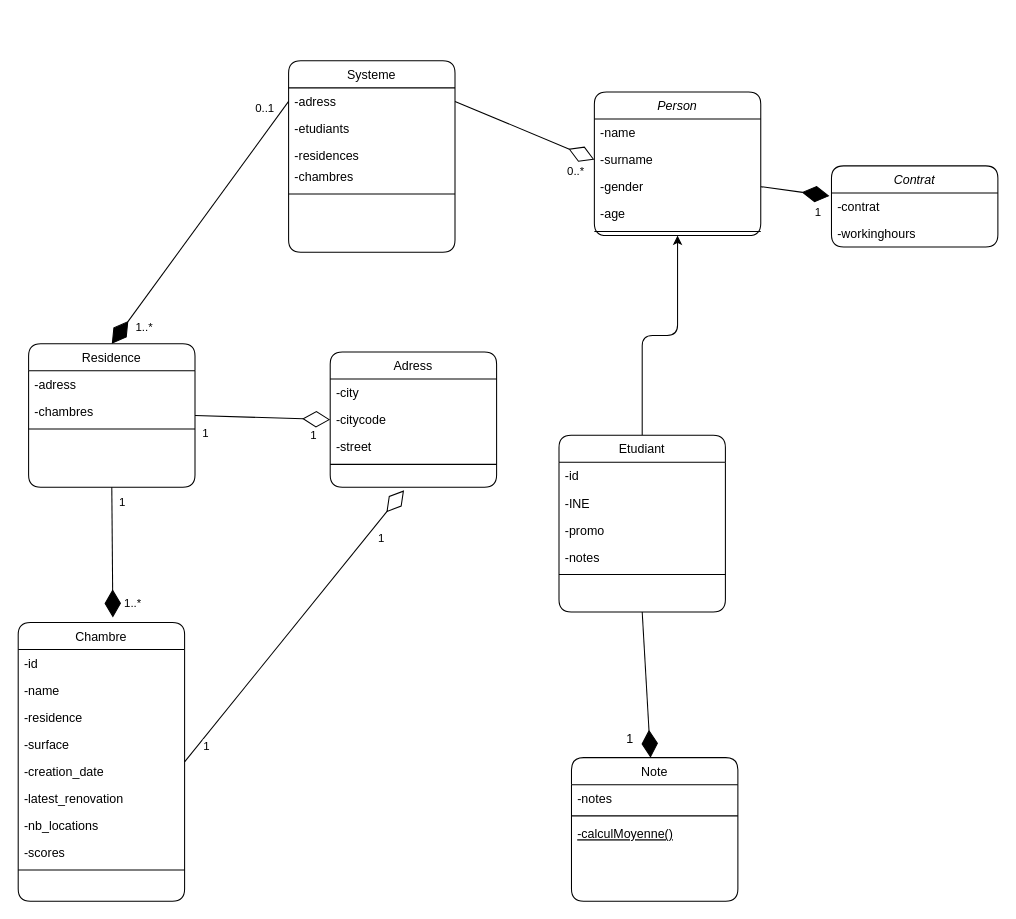
This is diagramme.drawio from bluntwise/LoterieChambres, a draw.io file, before an edit. Source tidied: cells renumbered, new cells numbered last; positions are measured from the earlier drawing's top-left corner, leaving out a move shared by most shapes. Both pictures are drawn from the tidied source at 104%, with x=0, y=0 at pixel (18, 60).
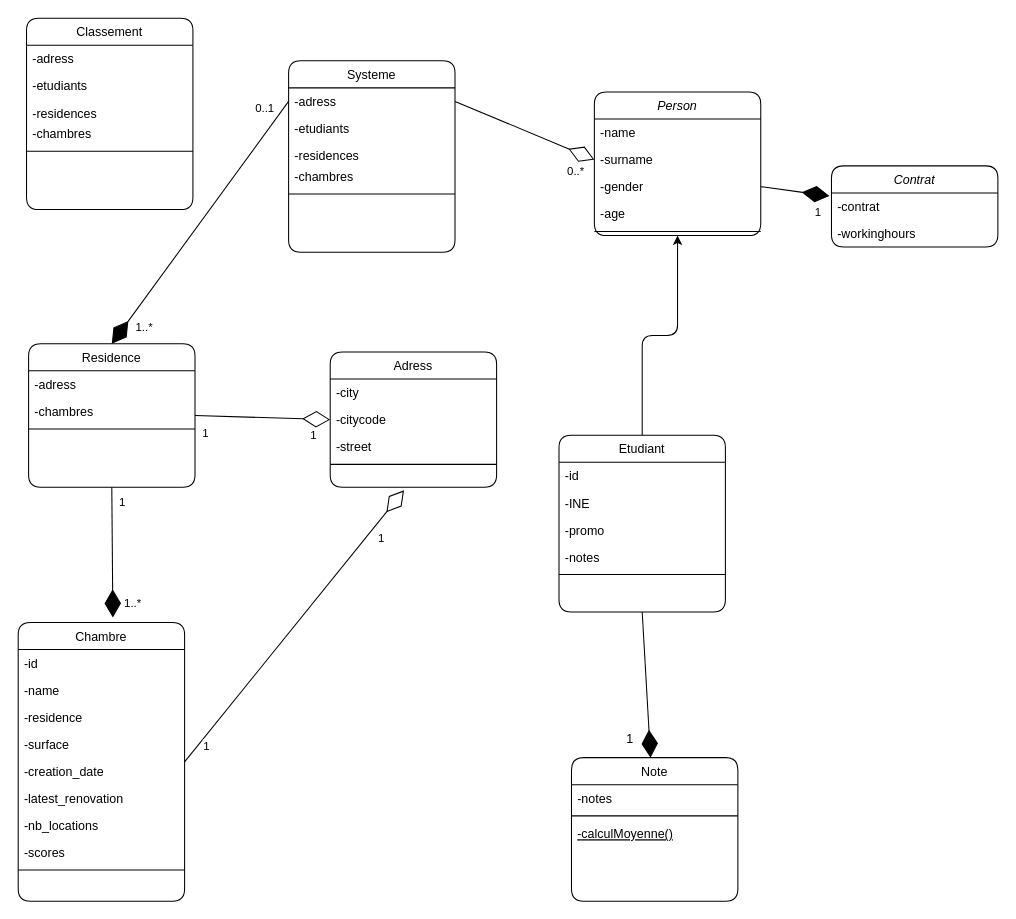
After the change.

The edit, as a diff of the source:
```diff
@@
+    <mxCell id="66" value="Classement" style="swimlane;fontStyle=0;align=center;verticalAlign=top;horizontal=1;startSize=26;rounded=1;shadow=0;strokeWidth=1;" parent="1" vertex="1">
+      <mxGeometry x="8" y="-41" width="160" height="184" as="geometry" />
+    </mxCell>
+    <mxCell id="67" value="-adress" style="text;align=left;verticalAlign=top;spacingLeft=4;spacingRight=4;overflow=hidden;rounded=1;" parent="66" vertex="1">
+      <mxGeometry y="26" width="160" height="26" as="geometry" />
+    </mxCell>
+    <mxCell id="68" value="-etudiants" style="text;align=left;verticalAlign=top;spacingLeft=4;spacingRight=4;overflow=hidden;rounded=1;" parent="66" vertex="1">
+      <mxGeometry y="52" width="160" height="26" as="geometry" />
+    </mxCell>
+    <mxCell id="69" value="-residences " style="text;align=left;verticalAlign=top;spacingLeft=4;spacingRight=4;overflow=hidden;rounded=1;" parent="66" vertex="1">
+      <mxGeometry y="78" width="160" height="20" as="geometry" />
+    </mxCell>
+    <mxCell id="70" value="-chambres " style="text;align=left;verticalAlign=top;spacingLeft=4;spacingRight=4;overflow=hidden;rounded=1;" parent="66" vertex="1">
+      <mxGeometry y="98" width="160" height="26" as="geometry" />
+    </mxCell>
+    <mxCell id="71" style="line;html=1;strokeWidth=1;align=left;verticalAlign=middle;spacingTop=-1;spacingLeft=3;spacingRight=3;labelPosition=right;rounded=1;" parent="66" vertex="1">
+      <mxGeometry y="124" width="160" height="8" as="geometry" />
+    </mxCell>
```
